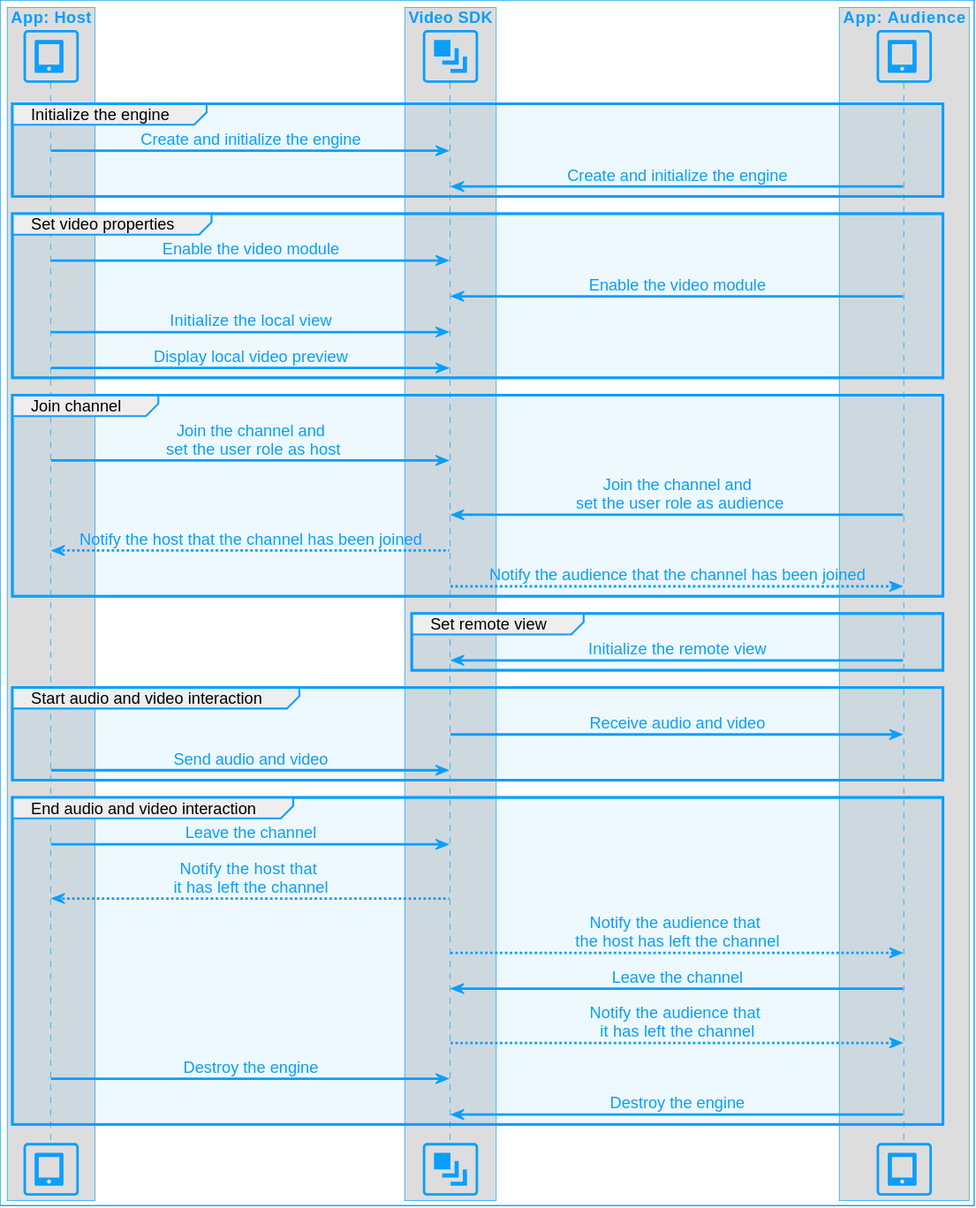
The PlantUML diagram assets/images/rtc-sdk/quick-start-sequence.svg in AgoraIO/Docs-Source, before a commit.
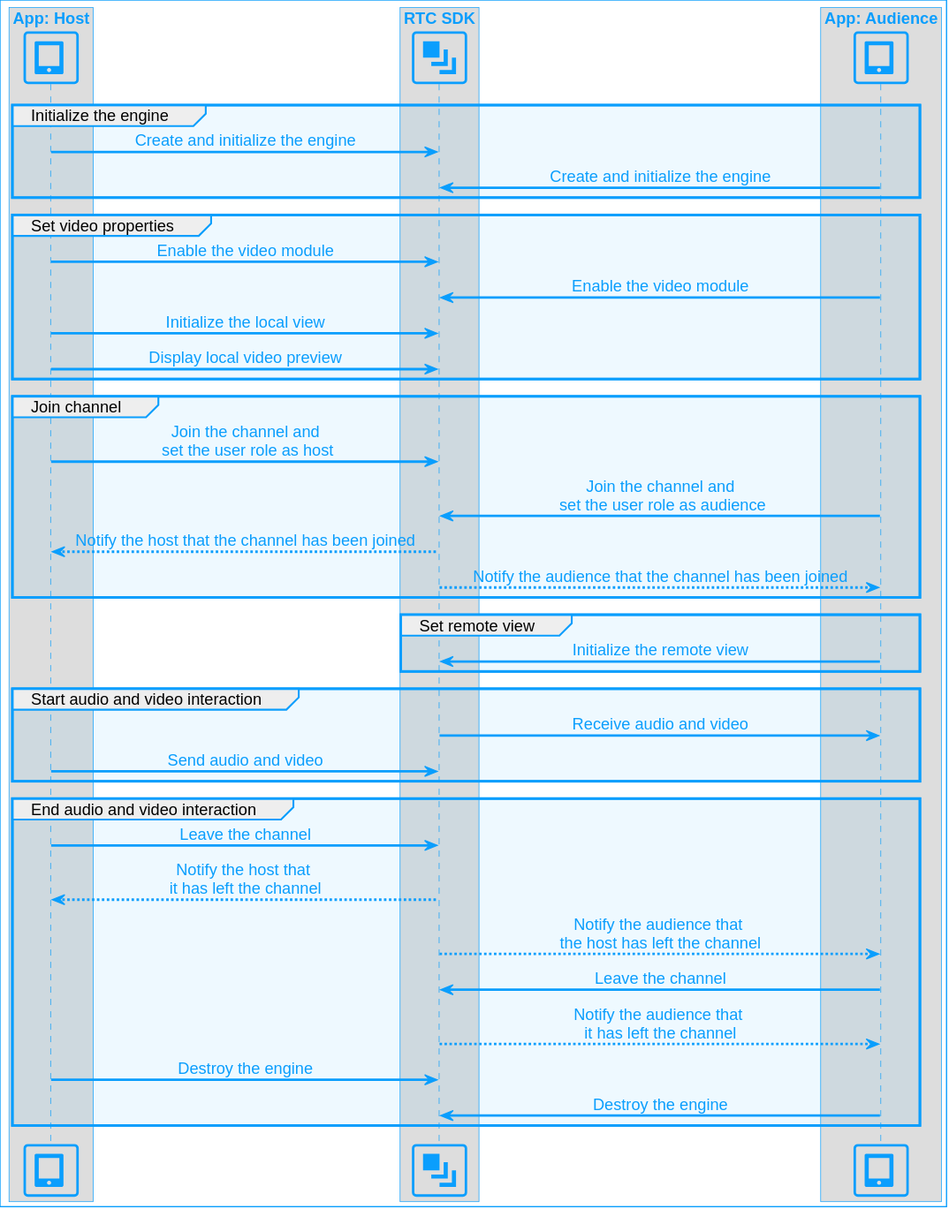
Later version of the same file.

The edit, as a diff of the source:
```diff
@@ -5,7 +5,7 @@
 participant "<size:40><&tablet>" as HST
 end box
 
-box "Video SDK"
+box "RTC SDK"
 participant "<size:40><&layers>" as SDK
 end box
 
```
